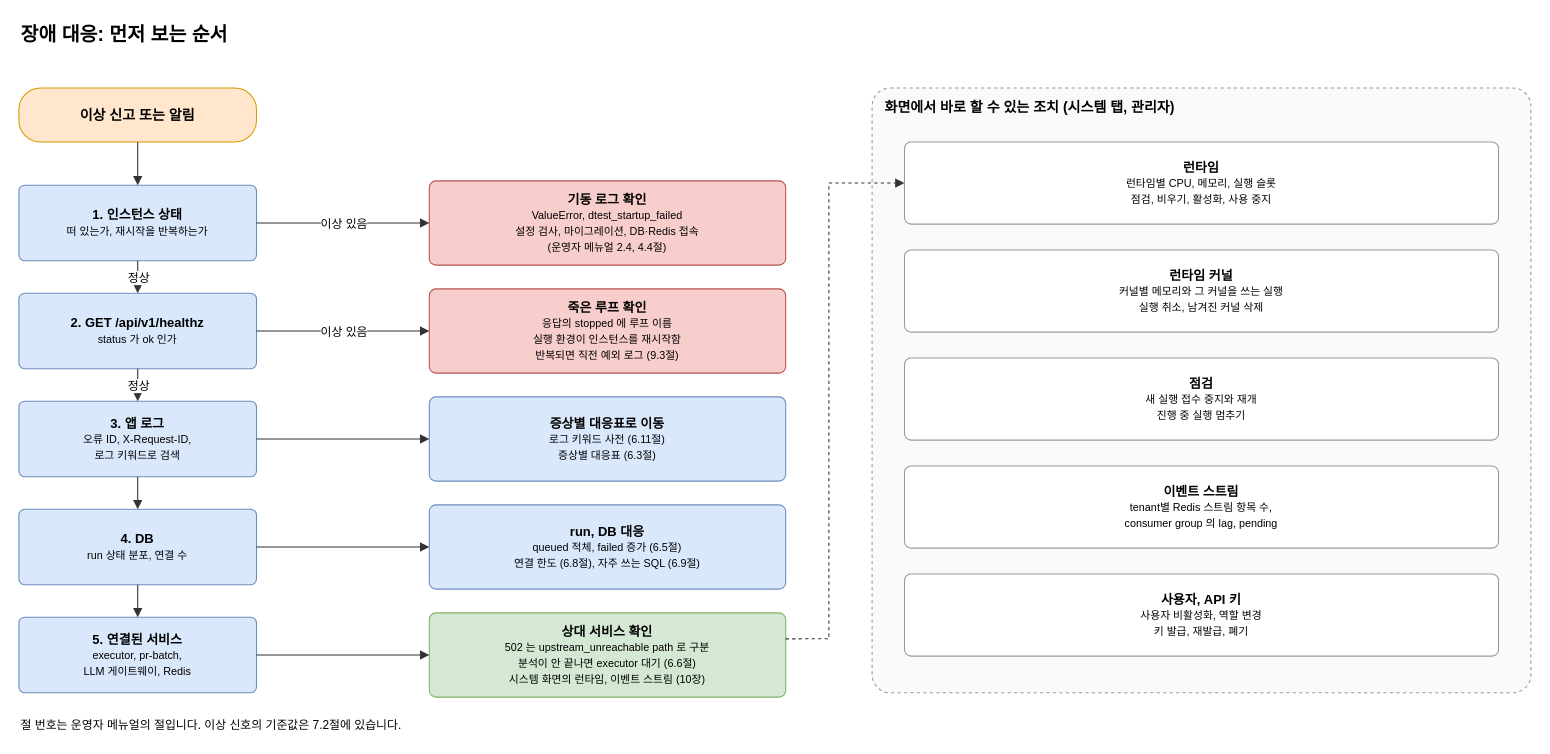
KimHwaJin/pr-agentic-service keeps this draw.io diagram as docs/deliverables/diagrams/08-ops-flow.drawio. Above is the earlier version. Source tidied: cells renumbered, new cells numbered last; positions are measured from the earlier drawing's top-left corner, leaving out a move shared by most shapes. Both pictures are drawn from the tidied source at 108%, with x=0, y=0 at pixel (18, 18).
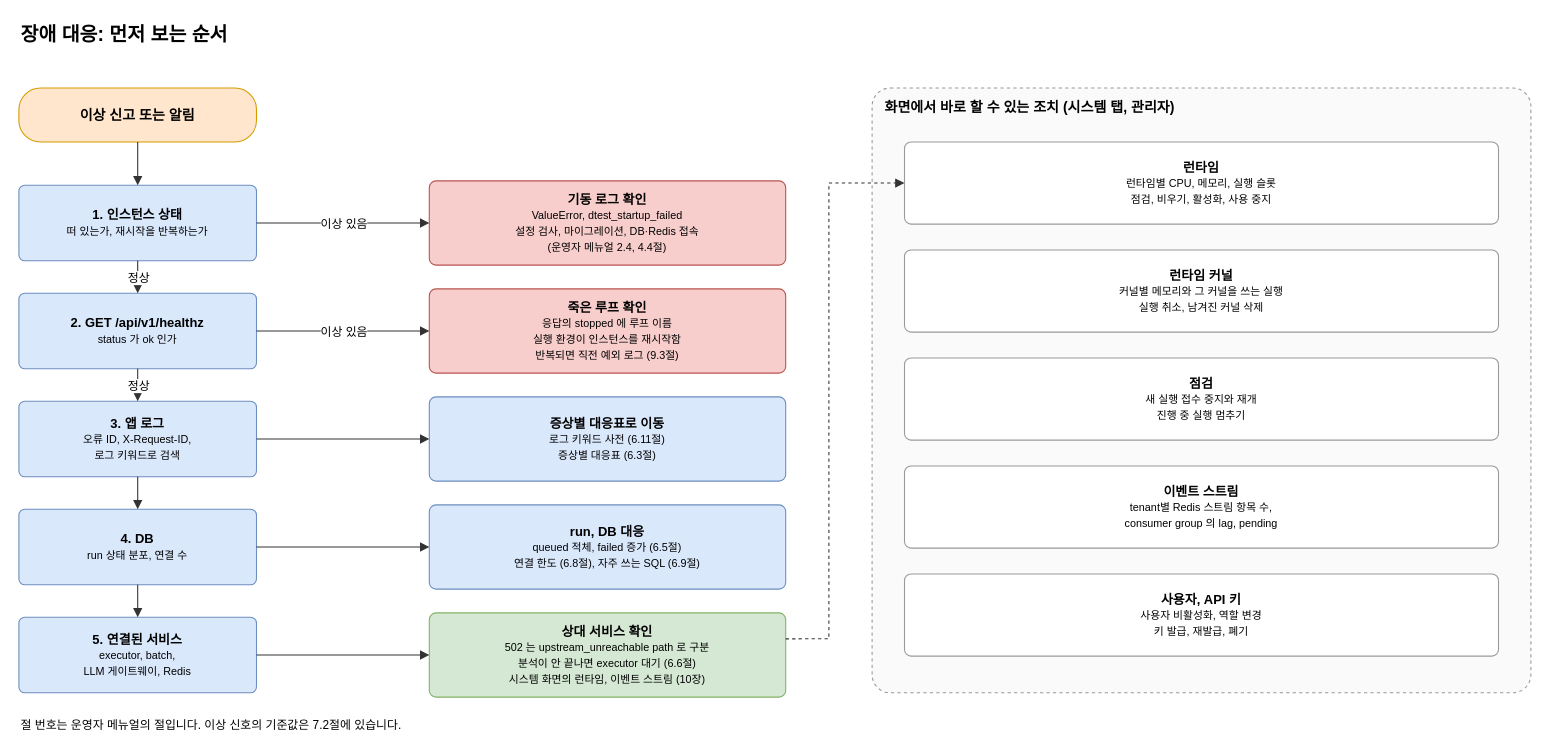
The same page after the edit.

The edit, as a diff of the source:
```diff
@@
-    <mxCell id="12" value="&lt;b&gt;5. 연결된 서비스&lt;/b&gt;&lt;br&gt;&lt;font style=&quot;font-size:10px&quot;&gt;executor, pr-batch,&lt;br&gt;LLM 게이트웨이, Redis&lt;/font&gt;" style="html=1;whiteSpace=wrap;fontFamily=Helvetica;fontSize=12;rounded=1;arcSize=8;fillColor=#dae8fc;strokeColor=#6c8ebf;align=center;" parent="1" vertex="1">
+    <mxCell id="12" value="&lt;b&gt;5. 연결된 서비스&lt;/b&gt;&lt;br&gt;&lt;font style=&quot;font-size:10px&quot;&gt;executor, batch,&lt;br&gt;LLM 게이트웨이, Redis&lt;/font&gt;" style="html=1;whiteSpace=wrap;fontFamily=Helvetica;fontSize=12;rounded=1;arcSize=8;fillColor=#dae8fc;strokeColor=#6c8ebf;align=center;" parent="1" vertex="1">
       <mxGeometry y="554" width="220" height="70" as="geometry" />
     </mxCell>
```
